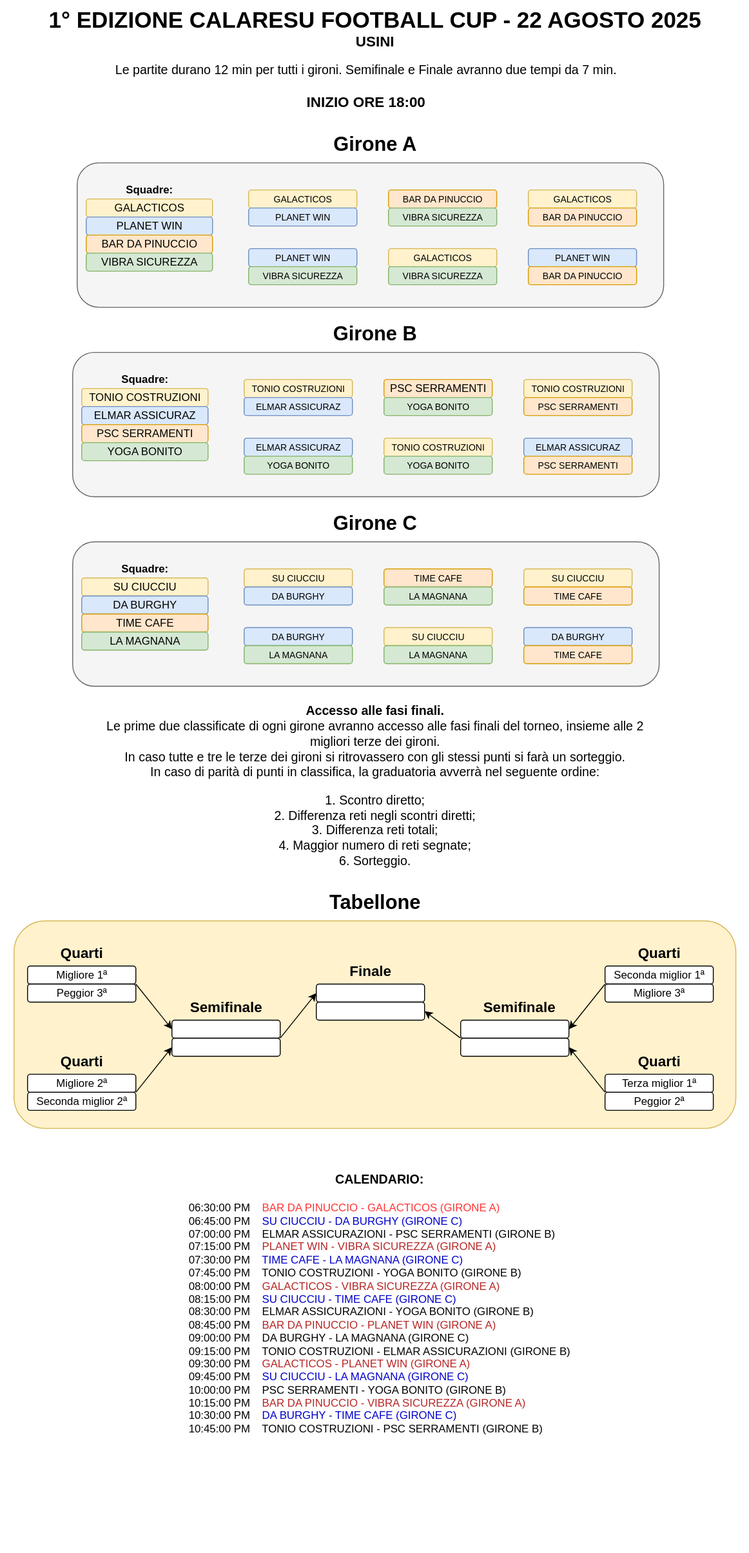
Above: torneo-calcetto-2-2025/tabellone.svg in cscalaresu/tornei (draw.io), before the change. Source tidied: cells renumbered, new cells last; positions are measured from the earlier drawing's top-left corner, leaving out a move shared by most shapes.
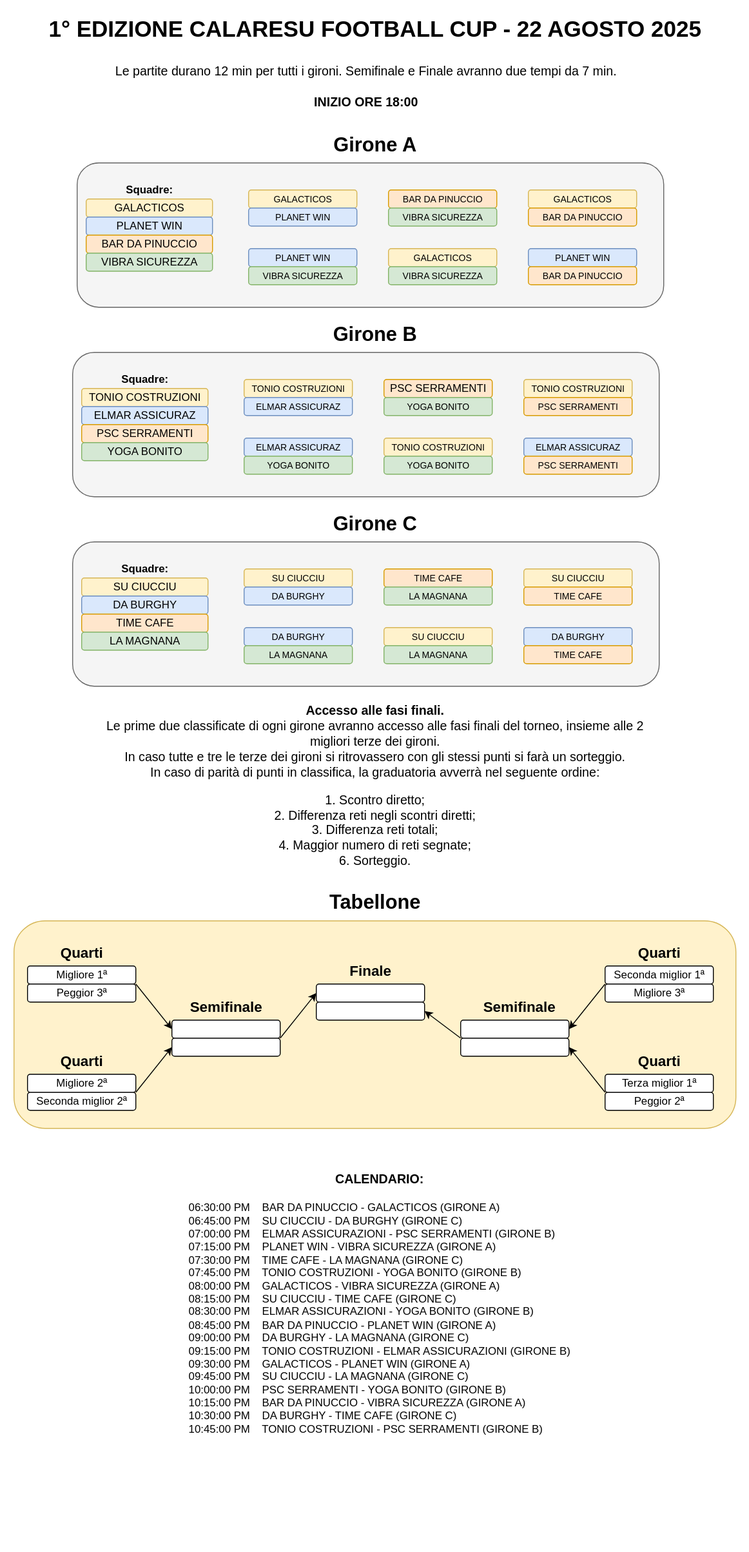
Later version of the same file.

Change to the diagram source:
```diff
@@ -8,7 +8,7 @@
     <mxCell id="3" value="&lt;font style=&quot;font-size: 22px;&quot;&gt;&lt;b&gt;Girone A&lt;/b&gt;&lt;/font&gt;" style="text;html=1;align=center;verticalAlign=middle;whiteSpace=wrap;rounded=0;" parent="1" vertex="1">
       <mxGeometry x="220" y="150" width="390" height="20" as="geometry" />
     </mxCell>
-    <mxCell id="4" value="&lt;div&gt;&lt;font style=&quot;font-size: 25px;&quot;&gt;&lt;b&gt;1° EDIZIONE CALARESU FOOTBALL CUP - 22 AGOSTO 2025&lt;/b&gt;&lt;/font&gt;&lt;/div&gt;&lt;div&gt;&lt;font style=&quot;font-size: 16px;&quot;&gt;&lt;b&gt;USINI&lt;/b&gt;&lt;/font&gt;&lt;/div&gt;" style="text;html=1;align=center;verticalAlign=middle;whiteSpace=wrap;rounded=0;" parent="1" vertex="1">
+    <mxCell id="4" value="&lt;font style=&quot;font-size: 25px;&quot;&gt;&lt;b&gt;1° EDIZIONE CALARESU FOOTBALL CUP - 22 AGOSTO 2025&lt;/b&gt;&lt;/font&gt;" style="text;html=1;align=center;verticalAlign=middle;whiteSpace=wrap;rounded=0;" parent="1" vertex="1">
       <mxGeometry width="830" height="60" as="geometry" />
     </mxCell>
     <mxCell id="5" style="rounded=1;whiteSpace=wrap;html=1;fillColor=#f5f5f5;fontColor=#333333;strokeColor=#666666;" parent="1" vertex="1">
@@ -203,7 +203,7 @@
     <mxCell id="68" value="&lt;font style=&quot;font-size: 16px;&quot;&gt;&lt;b&gt;Quarti&lt;/b&gt;&lt;/font&gt;" style="text;html=1;align=center;verticalAlign=middle;whiteSpace=wrap;rounded=0;" parent="1" vertex="1">
       <mxGeometry x="675" y="1040" width="110" height="30" as="geometry" />
     </mxCell>
-    <mxCell id="69" value="&lt;div&gt;&lt;font style=&quot;font-size: 14px;&quot;&gt;Le partite durano 12 min per tutti i gironi. Semifinale e Finale avranno due tempi da 7 min.&lt;/font&gt;&lt;/div&gt;&lt;div&gt;&lt;font style=&quot;font-size: 14px;&quot;&gt;&lt;br&gt;&lt;/font&gt;&lt;/div&gt;&lt;div&gt;&lt;font style=&quot;font-size: 16px;&quot;&gt;&lt;b&gt;INIZIO ORE 18:00&lt;/b&gt;&lt;/font&gt;&lt;/div&gt;" style="text;html=1;align=center;verticalAlign=middle;whiteSpace=wrap;rounded=0;" parent="1" vertex="1">
+    <mxCell id="69" value="&lt;div&gt;&lt;font style=&quot;font-size: 14px;&quot;&gt;Le partite durano 12 min per tutti i gironi. Semifinale e Finale avranno due tempi da 7 min.&lt;/font&gt;&lt;/div&gt;&lt;div&gt;&lt;font style=&quot;font-size: 14px;&quot;&gt;&lt;br&gt;&lt;/font&gt;&lt;/div&gt;&lt;div&gt;&lt;font style=&quot;font-size: 14px;&quot;&gt;&lt;b&gt;INIZIO ORE 18:00&lt;/b&gt;&lt;/font&gt;&lt;/div&gt;" style="text;html=1;align=center;verticalAlign=middle;whiteSpace=wrap;rounded=0;" parent="1" vertex="1">
       <mxGeometry x="75" y="70" width="660" height="50" as="geometry" />
     </mxCell>
     <mxCell id="70" value="&lt;font style=&quot;font-size: 16px;&quot;&gt;&lt;b&gt;Quarti&lt;/b&gt;&lt;/font&gt;" style="text;html=1;align=center;verticalAlign=middle;whiteSpace=wrap;rounded=0;" parent="1" vertex="1">
@@ -272,7 +272,7 @@
     <mxCell id="91" value="&lt;b&gt;Squadre:&lt;/b&gt;" style="text;html=1;align=center;verticalAlign=middle;whiteSpace=wrap;rounded=0;" parent="1" vertex="1">
       <mxGeometry x="110" y="200" width="110" height="20" as="geometry" />
     </mxCell>
-    <mxCell id="92" value="&lt;div align=&quot;center&quot;&gt;&lt;font style=&quot;font-size: 14px;&quot;&gt;&lt;b&gt;CALENDARIO:&lt;/b&gt;&lt;/font&gt;&lt;/div&gt;&lt;div align=&quot;center&quot;&gt;&lt;font style=&quot;font-size: 14px;&quot;&gt;&lt;b&gt;&lt;br&gt;&lt;/b&gt;&lt;/font&gt;&lt;/div&gt;&lt;div align=&quot;left&quot;&gt;06:30:00 PM&amp;nbsp; &amp;nbsp; &lt;span style=&quot;color: rgb(183, 37, 37);&quot;&gt;&lt;span style=&quot;color: rgb(255, 51, 51);&quot;&gt;BAR DA PINUCCIO - GALACTICOS (GIRONE A)&lt;/span&gt;&lt;/span&gt;&lt;br&gt;06:45:00 PM&amp;nbsp; &amp;nbsp; &lt;span style=&quot;color: rgb(0, 0, 204);&quot;&gt;SU CIUCCIU - DA BURGHY (GIRONE C)&lt;/span&gt;&lt;br&gt;07:00:00 PM&amp;nbsp; &amp;nbsp; ELMAR ASSICURAZIONI - PSC SERRAMENTI (GIRONE B)&lt;br&gt;07:15:00 PM&amp;nbsp; &amp;nbsp; &lt;span style=&quot;color: rgb(183, 37, 37);&quot;&gt;PLANET WIN - VIBRA SICUREZZA (GIRONE A)&lt;/span&gt;&lt;br&gt;07:30:00 PM&amp;nbsp; &amp;nbsp; &lt;span style=&quot;color: rgb(0, 0, 204);&quot;&gt;TIME CAFE - LA MAGNANA (GIRONE C)&lt;/span&gt;&lt;br&gt;07:45:00 PM&amp;nbsp; &amp;nbsp; TONIO COSTRUZIONI - YOGA BONITO (GIRONE B)&lt;br&gt;08:00:00 PM&amp;nbsp; &amp;nbsp; &lt;span style=&quot;color: rgb(183, 37, 37);&quot;&gt;GALACTICOS - VIBRA SICUREZZA (GIRONE A)&lt;/span&gt;&lt;br&gt;08:15:00 PM&amp;nbsp; &amp;nbsp; &lt;span style=&quot;color: rgb(0, 0, 204);&quot;&gt;SU CIUCCIU - TIME CAFE (GIRONE C)&lt;/span&gt;&lt;br&gt;08:30:00 PM&amp;nbsp; &amp;nbsp; ELMAR ASSICURAZIONI - YOGA BONITO (GIRONE B)&lt;br&gt;08:45:00 PM&amp;nbsp; &amp;nbsp; &lt;span style=&quot;color: rgb(183, 37, 37);&quot;&gt;BAR DA PINUCCIO - PLANET WIN (GIRONE A)&lt;/span&gt;&lt;br&gt;09:00:00 PM&amp;nbsp; &amp;nbsp; &lt;span style=&quot;color: light-dark(rgb(0, 0, 204), rgb(237, 237, 237));&quot;&gt;&lt;span style=&quot;color: light-dark(rgb(0, 0, 0), rgb(237, 237, 237));&quot;&gt;DA BURGHY - LA MAGNANA (GIRONE C)&lt;/span&gt;&lt;/span&gt;&lt;br&gt;09:15:00 PM&amp;nbsp; &amp;nbsp; TONIO COSTRUZIONI - ELMAR ASSICURAZIONI (GIRONE B)&lt;br&gt;09:30:00 PM&amp;nbsp; &amp;nbsp; &lt;span style=&quot;color: rgb(183, 37, 37);&quot;&gt;GALACTICOS - PLANET WIN (GIRONE A)&lt;/span&gt;&lt;br&gt;09:45:00 PM&amp;nbsp; &amp;nbsp; &lt;span style=&quot;color: rgb(0, 0, 204);&quot;&gt;SU CIUCCIU - LA MAGNANA (GIRONE C)&lt;/span&gt;&lt;br&gt;10:00:00 PM&amp;nbsp; &amp;nbsp; PSC SERRAMENTI - YOGA BONITO (GIRONE B)&lt;br&gt;10:15:00 PM&amp;nbsp; &amp;nbsp; &lt;span style=&quot;color: rgb(183, 37, 37);&quot;&gt;BAR DA PINUCCIO - VIBRA SICUREZZA (GIRONE A)&lt;/span&gt;&lt;br&gt;10:30:00 PM&amp;nbsp; &amp;nbsp; &lt;span style=&quot;color: rgb(0, 0, 204);&quot;&gt;DA BURGHY - TIME CAFE (GIRONE C)&lt;/span&gt;&lt;br&gt;10:45:00 PM&amp;nbsp; &amp;nbsp; TONIO COSTRUZIONI - PSC SERRAMENTI (GIRONE B)&lt;/div&gt;&lt;div align=&quot;left&quot;&gt;&lt;br&gt;&lt;/div&gt;&lt;br&gt;&lt;div align=&quot;left&quot;&gt;&lt;br&gt;&lt;/div&gt;" style="text;html=1;align=center;verticalAlign=middle;whiteSpace=wrap;rounded=0;" parent="1" vertex="1">
+    <mxCell id="92" value="&lt;div align=&quot;center&quot;&gt;&lt;font style=&quot;font-size: 14px;&quot;&gt;&lt;b&gt;CALENDARIO:&lt;/b&gt;&lt;/font&gt;&lt;/div&gt;&lt;div align=&quot;center&quot;&gt;&lt;font style=&quot;font-size: 14px;&quot;&gt;&lt;b&gt;&lt;br&gt;&lt;/b&gt;&lt;/font&gt;&lt;/div&gt;&lt;div align=&quot;left&quot;&gt;06:30:00 PM&amp;nbsp; &amp;nbsp; BAR DA PINUCCIO - GALACTICOS (GIRONE A)&lt;br&gt;06:45:00 PM&amp;nbsp; &amp;nbsp; SU CIUCCIU - DA BURGHY (GIRONE C)&lt;br&gt;07:00:00 PM&amp;nbsp; &amp;nbsp; ELMAR ASSICURAZIONI - PSC SERRAMENTI (GIRONE B)&lt;br&gt;07:15:00 PM&amp;nbsp; &amp;nbsp; PLANET WIN - VIBRA SICUREZZA (GIRONE A)&lt;br&gt;07:30:00 PM&amp;nbsp; &amp;nbsp; TIME CAFE - LA MAGNANA (GIRONE C)&lt;br&gt;07:45:00 PM&amp;nbsp; &amp;nbsp; TONIO COSTRUZIONI - YOGA BONITO (GIRONE B)&lt;br&gt;08:00:00 PM&amp;nbsp; &amp;nbsp; GALACTICOS - VIBRA SICUREZZA (GIRONE A)&lt;br&gt;08:15:00 PM&amp;nbsp; &amp;nbsp; SU CIUCCIU - TIME CAFE (GIRONE C)&lt;br&gt;08:30:00 PM&amp;nbsp; &amp;nbsp; ELMAR ASSICURAZIONI - YOGA BONITO (GIRONE B)&lt;br&gt;08:45:00 PM&amp;nbsp; &amp;nbsp; BAR DA PINUCCIO - PLANET WIN (GIRONE A)&lt;br&gt;09:00:00 PM&amp;nbsp; &amp;nbsp; DA BURGHY - LA MAGNANA (GIRONE C)&lt;br&gt;09:15:00 PM&amp;nbsp; &amp;nbsp; TONIO COSTRUZIONI - ELMAR ASSICURAZIONI (GIRONE B)&lt;br&gt;09:30:00 PM&amp;nbsp; &amp;nbsp; GALACTICOS - PLANET WIN (GIRONE A)&lt;br&gt;09:45:00 PM&amp;nbsp; &amp;nbsp; SU CIUCCIU - LA MAGNANA (GIRONE C)&lt;br&gt;10:00:00 PM&amp;nbsp; &amp;nbsp; PSC SERRAMENTI - YOGA BONITO (GIRONE B)&lt;br&gt;10:15:00 PM&amp;nbsp; &amp;nbsp; BAR DA PINUCCIO - VIBRA SICUREZZA (GIRONE A)&lt;br&gt;10:30:00 PM&amp;nbsp; &amp;nbsp; DA BURGHY - TIME CAFE (GIRONE C)&lt;br&gt;10:45:00 PM&amp;nbsp; &amp;nbsp; TONIO COSTRUZIONI - PSC SERRAMENTI (GIRONE B)&lt;/div&gt;&lt;div align=&quot;left&quot;&gt;&lt;br&gt;&lt;/div&gt;&lt;br&gt;&lt;div align=&quot;left&quot;&gt;&lt;br&gt;&lt;/div&gt;" style="text;html=1;align=center;verticalAlign=middle;whiteSpace=wrap;rounded=0;" parent="1" vertex="1">
       <mxGeometry x="20" y="1320" width="800" height="290" as="geometry" />
     </mxCell>
   </root>
```
